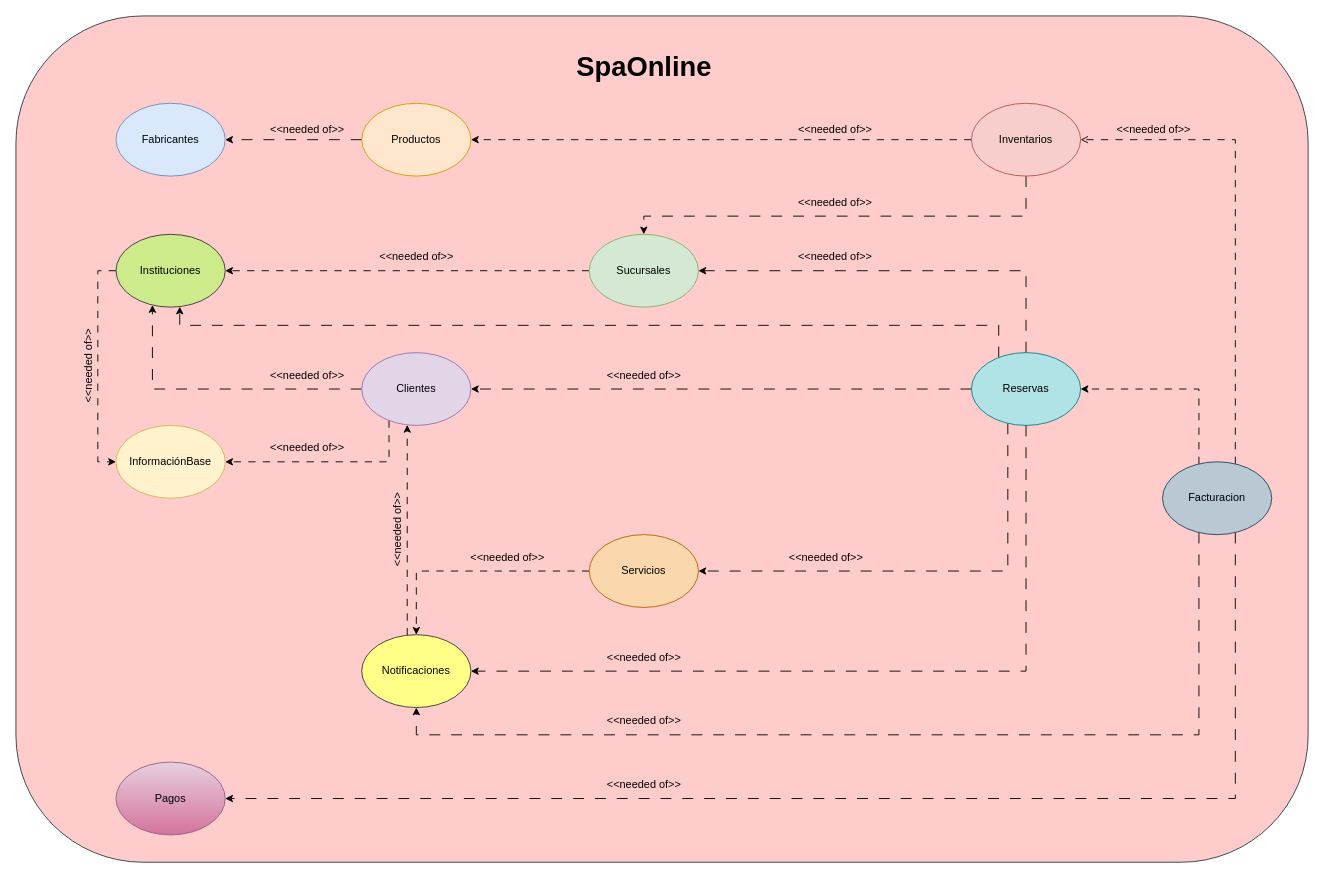
Above: page "2. ModeloContextoDeLimitado" (2 of 13) of SpaOnline/ModeloDominioSpa.drawio in cristianospina/DOO (draw.io), before the change. Source tidied: cells renumbered, new cells numbered last; positions are measured from the earlier drawing's top-left corner, leaving out a move shared by most shapes. Both pictures are drawn from the tidied source at 91%, with x=0, y=0 at pixel (15, 15).
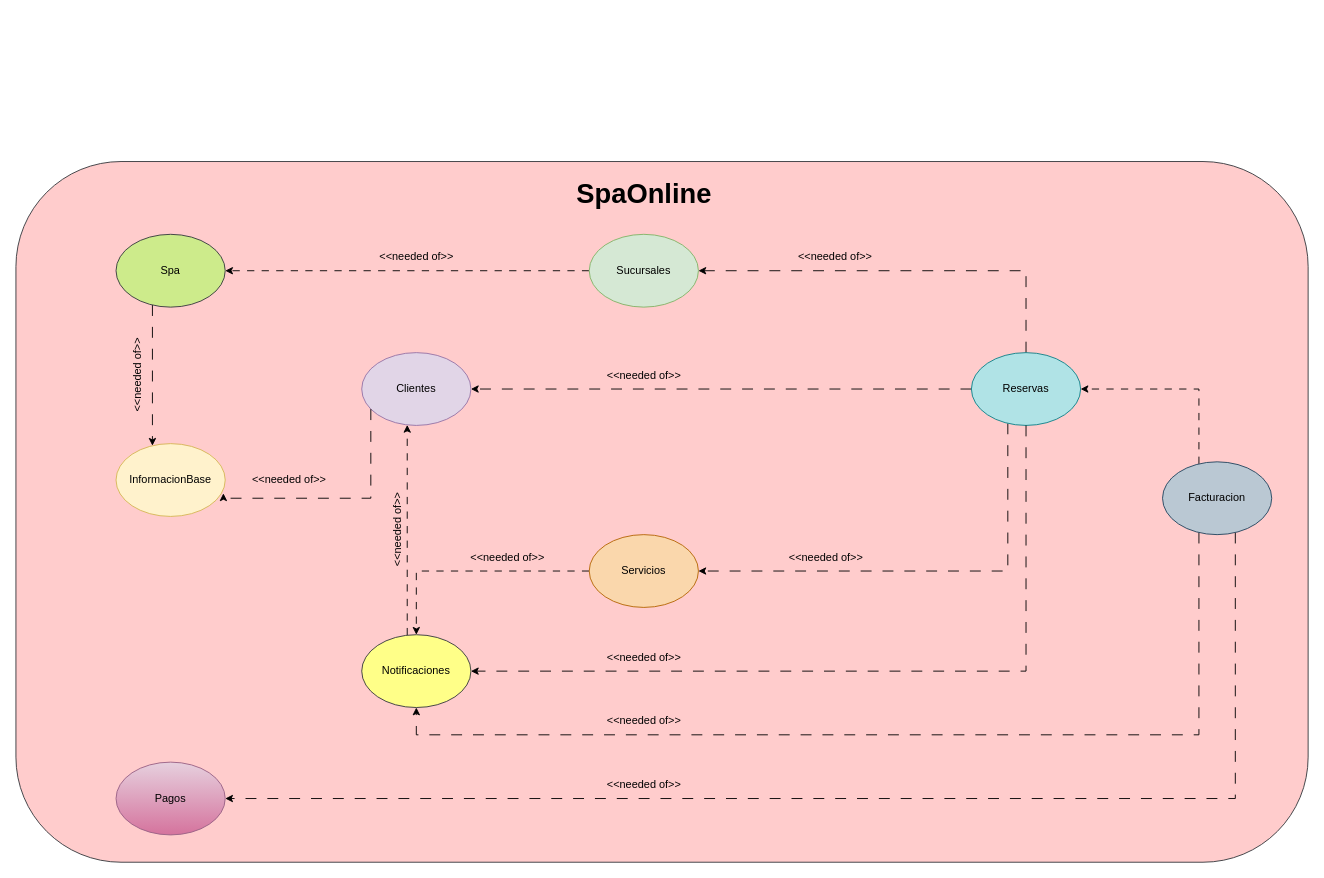
The same page after the edit.

The change refers to these unchanged cells:
```xml
<mxCell id="11" value="Sucursales" style="ellipse;whiteSpace=wrap;html=1;fillColor=#d5e8d4;strokeColor=#82b366;" parent="1" vertex="1">
  <mxGeometry x="630" y="240" width="120" height="80" as="geometry" />
</mxCell>
<mxCell id="16" value="Facturacion" style="ellipse;whiteSpace=wrap;html=1;fillColor=#bac8d3;strokeColor=#23445d;" parent="1" vertex="1">
  <mxGeometry x="1260" y="490" width="120" height="80" as="geometry" />
</mxCell>
<mxCell id="23" value="Reservas" style="ellipse;whiteSpace=wrap;html=1;fillColor=#b0e3e6;strokeColor=#0e8088;" parent="1" vertex="1">
  <mxGeometry x="1050" y="370" width="120" height="80" as="geometry" />
</mxCell>
<mxCell id="37" value="Clientes" style="ellipse;whiteSpace=wrap;html=1;fillColor=#e1d5e7;strokeColor=#9673a6;" parent="1" vertex="1">
  <mxGeometry x="380" y="370" width="120" height="80" as="geometry" />
</mxCell>
```

The edit, as a diff of the source:
```diff
@@
     <mxCell id="2" style="rounded=1;whiteSpace=wrap;html=1;fillColor=#ffcccc;strokeColor=#36393d;" parent="1" vertex="1">
-      <mxGeometry width="1420" height="930" as="geometry" />
+      <mxGeometry y="160" width="1420" height="770" as="geometry" />
     </mxCell>
-    <mxCell id="3" value="Fabricantes" style="ellipse;whiteSpace=wrap;html=1;fillColor=#dae8fc;strokeColor=#6c8ebf;" parent="1" vertex="1">
-      <mxGeometry x="110" y="96" width="120" height="80" as="geometry" />
-    </mxCell>
-    <mxCell id="4" style="edgeStyle=orthogonalEdgeStyle;rounded=0;jettySize=auto;html=1;dashed=1;dashPattern=12 12;" parent="1" edge="1" source="5" target="3">
-      <mxGeometry relative="1" as="geometry" />
-    </mxCell>
-    <mxCell id="5" value="Productos" style="ellipse;whiteSpace=wrap;html=1;fillColor=#ffe6cc;strokeColor=#d79b00;" parent="1" vertex="1">
-      <mxGeometry x="380" y="96" width="120" height="80" as="geometry" />
-    </mxCell>
-    <mxCell id="6" style="edgeStyle=orthogonalEdgeStyle;rounded=0;jettySize=auto;html=1;dashed=1;dashPattern=8 8;" parent="1" edge="1" source="8" target="5">
-      <mxGeometry relative="1" as="geometry" />
-    </mxCell>
-    <mxCell id="7" style="edgeStyle=orthogonalEdgeStyle;rounded=0;jettySize=auto;html=1;dashed=1;dashPattern=12 12;" parent="1" edge="1" source="8" target="11">
-      <mxGeometry relative="1" as="geometry">
-        <Array as="points">
-          <mxPoint x="1110" y="220" />
-          <mxPoint x="690" y="220" />
-        </Array>
-      </mxGeometry>
-    </mxCell>
-    <mxCell id="8" value="Inventarios" style="ellipse;whiteSpace=wrap;html=1;fillColor=#f8cecc;strokeColor=#b85450;" parent="1" vertex="1">
-      <mxGeometry x="1050" y="96" width="120" height="80" as="geometry" />
-    </mxCell>
@@
-    <mxCell id="10" style="edgeStyle=orthogonalEdgeStyle;rounded=0;jettySize=auto;html=1;dashed=1;dashPattern=8 8;" parent="1" edge="1" source="26" target="42">
-      <mxGeometry relative="1" as="geometry">
-        <Array as="points">
-          <mxPoint x="90" y="280" />
-          <mxPoint x="90" y="490" />
-        </Array>
-      </mxGeometry>
-    </mxCell>
@@
-    <mxCell id="15" style="edgeStyle=orthogonalEdgeStyle;rounded=0;jettySize=auto;html=1;endArrow=open;endFill=0;dashed=1;dashPattern=8 8;" parent="1" edge="1" source="16" target="8">
-      <mxGeometry relative="1" as="geometry">
-        <Array as="points">
-          <mxPoint x="1340" y="136" />
-        </Array>
-      </mxGeometry>
-    </mxCell>
@@
-    <mxCell id="22" style="edgeStyle=orthogonalEdgeStyle;rounded=0;jettySize=auto;html=1;dashed=1;dashPattern=12 12;" parent="1" edge="1" source="23" target="26">
-      <mxGeometry relative="1" as="geometry">
-        <Array as="points">
-          <mxPoint x="1080" y="340" />
-          <mxPoint x="180" y="340" />
-        </Array>
-      </mxGeometry>
-    </mxCell>
@@
+    <mxCell id="50" style="edgeStyle=orthogonalEdgeStyle;rounded=0;jettySize=auto;html=1;dashed=1;dashPattern=12 12;" parent="1" edge="1" source="26" target="51">
+      <mxGeometry relative="1" as="geometry">
+        <Array as="points">
+          <mxPoint x="150" y="410" />
+          <mxPoint x="150" y="410" />
+        </Array>
+      </mxGeometry>
+    </mxCell>
-    <mxCell id="26" value="Instituciones" style="ellipse;whiteSpace=wrap;html=1;fillColor=#cdeb8b;strokeColor=#36393d;" parent="1" vertex="1">
+    <mxCell id="26" value="Spa" style="ellipse;whiteSpace=wrap;html=1;fillColor=#cdeb8b;strokeColor=#36393d;" parent="1" vertex="1">
       <mxGeometry x="110" y="240" width="120" height="80" as="geometry" />
     </mxCell>
     <mxCell id="27" value="&lt;span style=&quot;font-size: 30px;&quot;&gt;&lt;b&gt;SpaOnline&lt;/b&gt;&lt;/span&gt;" style="text;html=1;align=center;verticalAlign=middle;strokeColor=none;fillColor=none;" parent="1" vertex="1">
-      <mxGeometry x="605" y="30" width="170" height="50" as="geometry" />
+      <mxGeometry x="605" y="170" width="170" height="50" as="geometry" />
     </mxCell>
-    <mxCell id="28" value="&amp;lt;&amp;lt;needed of&amp;gt;&amp;gt;" style="text;html=1;align=center;verticalAlign=middle;strokeColor=none;fillColor=none;" parent="1" vertex="1">
-      <mxGeometry x="270" y="110" width="100" height="30" as="geometry" />
-    </mxCell>
-    <mxCell id="29" value="&amp;lt;&amp;lt;needed of&amp;gt;&amp;gt;" style="text;html=1;align=center;verticalAlign=middle;strokeColor=none;fillColor=none;" parent="1" vertex="1">
-      <mxGeometry x="850" y="190" width="100" height="30" as="geometry" />
-    </mxCell>
-    <mxCell id="30" value="&amp;lt;&amp;lt;needed of&amp;gt;&amp;gt;" style="text;html=1;align=center;verticalAlign=middle;strokeColor=none;fillColor=none;" parent="1" vertex="1">
-      <mxGeometry x="850" y="110" width="100" height="30" as="geometry" />
-    </mxCell>
@@
-    <mxCell id="35" style="edgeStyle=orthogonalEdgeStyle;rounded=0;jettySize=auto;html=1;dashed=1;dashPattern=12 12;" parent="1" edge="1" source="37" target="26">
-      <mxGeometry relative="1" as="geometry">
-        <Array as="points">
-          <mxPoint x="150" y="410" />
-        </Array>
-      </mxGeometry>
-    </mxCell>
-    <mxCell id="36" style="edgeStyle=orthogonalEdgeStyle;rounded=0;jettySize=auto;html=1;dashed=1;dashPattern=8 8;" parent="1" edge="1" source="37" target="42">
-      <mxGeometry relative="1" as="geometry">
-        <Array as="points">
-          <mxPoint x="410" y="490" />
-        </Array>
-      </mxGeometry>
-    </mxCell>
@@
-    <mxCell id="41" value="&amp;lt;&amp;lt;needed of&amp;gt;&amp;gt;" style="text;html=1;align=center;verticalAlign=middle;strokeColor=none;fillColor=none;" parent="1" vertex="1">
-      <mxGeometry x="270" y="380" width="100" height="30" as="geometry" />
-    </mxCell>
-    <mxCell id="42" value="InformaciónBase" style="ellipse;whiteSpace=wrap;html=1;fillColor=#fff2cc;strokeColor=#d6b656;" parent="1" vertex="1">
-      <mxGeometry x="110" y="450" width="120" height="80" as="geometry" />
-    </mxCell>
-    <mxCell id="43" value="&amp;lt;&amp;lt;needed of&amp;gt;&amp;gt;" style="text;html=1;align=center;verticalAlign=middle;strokeColor=none;fillColor=none;" parent="1" vertex="1">
-      <mxGeometry x="270" y="460" width="100" height="30" as="geometry" />
-    </mxCell>
-    <mxCell id="44" value="&amp;lt;&amp;lt;needed of&amp;gt;&amp;gt;" style="text;html=1;align=center;verticalAlign=middle;strokeColor=none;fillColor=none;rotation=-90;" parent="1" vertex="1">
-      <mxGeometry x="30" y="370" width="100" height="30" as="geometry" />
-    </mxCell>
@@
-    <mxCell id="48" value="&amp;lt;&amp;lt;needed of&amp;gt;&amp;gt;" style="text;html=1;align=center;verticalAlign=middle;strokeColor=none;fillColor=none;" parent="1" vertex="1">
-      <mxGeometry x="1200" y="110" width="100" height="30" as="geometry" />
-    </mxCell>
@@
+    <mxCell id="51" value="InformacionBase" style="ellipse;whiteSpace=wrap;html=1;fillColor=#fff2cc;strokeColor=#d6b656;" parent="1" vertex="1">
+      <mxGeometry x="110" y="470" width="120" height="80" as="geometry" />
+    </mxCell>
+    <mxCell id="52" style="edgeStyle=orthogonalEdgeStyle;rounded=0;jettySize=auto;html=1;entryX=0.983;entryY=0.683;entryDx=0;entryDy=0;entryPerimeter=0;dashed=1;dashPattern=12 12;" parent="1" edge="1" source="37" target="51">
+      <mxGeometry relative="1" as="geometry">
+        <Array as="points">
+          <mxPoint x="390" y="530" />
+          <mxPoint x="228" y="530" />
+        </Array>
+      </mxGeometry>
+    </mxCell>
+    <mxCell id="53" value="&amp;lt;&amp;lt;needed of&amp;gt;&amp;gt;" style="text;html=1;align=center;verticalAlign=middle;strokeColor=none;fillColor=none;" parent="1" vertex="1">
+      <mxGeometry x="250" y="495" width="100" height="30" as="geometry" />
+    </mxCell>
+    <mxCell id="44" value="&amp;lt;&amp;lt;needed of&amp;gt;&amp;gt;" style="text;html=1;align=center;verticalAlign=middle;strokeColor=none;fillColor=none;rotation=-90;" parent="1" vertex="1">
+      <mxGeometry x="84" y="380" width="100" height="30" as="geometry" />
+    </mxCell>
```
